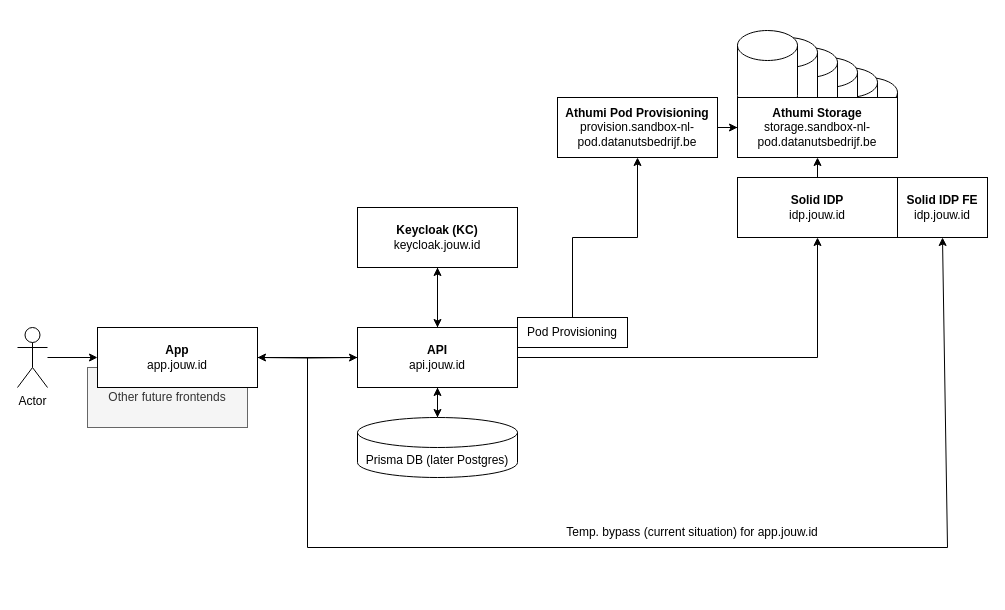
Earlier version of the draw.io diagram draw-io/auth-architecture.drawio (lennartdeknikker/diagrams). Source tidied: cells renumbered, new cells numbered last; positions are measured from the earlier drawing's top-left corner, leaving out a move shared by most shapes. Both pictures are drawn from the tidied source at 100%, with x=0, y=0 at pixel (17, 30).
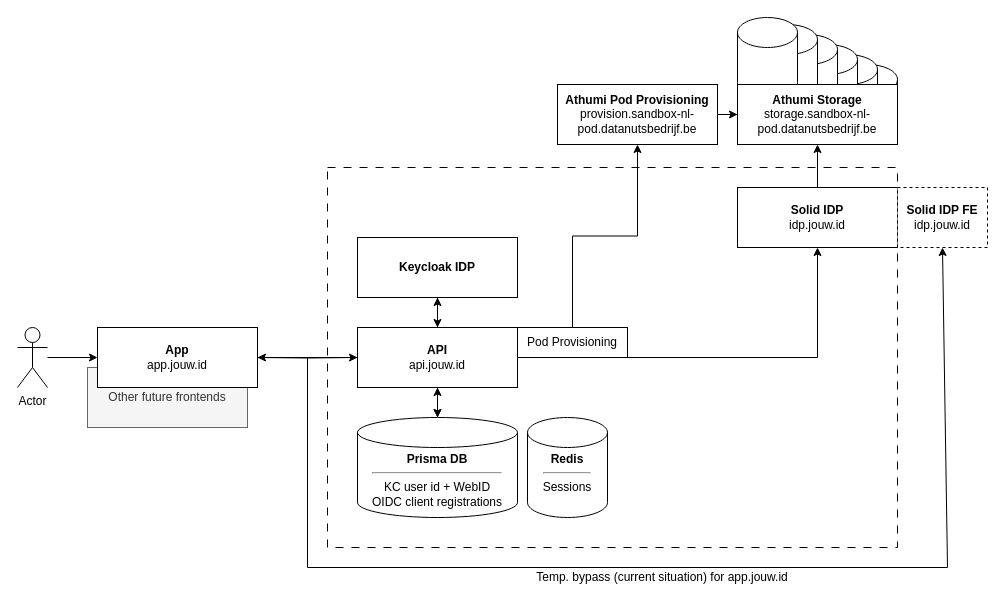
Above is the later version.

The change refers to these unchanged cells:
```xml
<mxCell id="23" value="&lt;div&gt;&lt;b&gt;API&lt;/b&gt;&lt;/div&gt;api.jouw.id" style="rounded=0;whiteSpace=wrap;html=1;" parent="1" vertex="1">
  <mxGeometry x="340" y="297" width="160" height="60" as="geometry" />
</mxCell>
```

Change to the diagram source:
```diff
@@
+    <mxCell id="32" style="rounded=0;whiteSpace=wrap;html=1;dashed=1;dashPattern=8 8;" parent="1" vertex="1">
+      <mxGeometry x="310" y="137" width="570" height="380" as="geometry" />
+    </mxCell>
@@
+    <mxCell id="33" style="edgeStyle=orthogonalEdgeStyle;rounded=0;jettySize=auto;html=1;" parent="1" edge="1" source="7" target="25">
+      <mxGeometry relative="1" as="geometry" />
+    </mxCell>
-    <mxCell id="7" value="&lt;b&gt;Keycloak (KC)&lt;/b&gt;&lt;div&gt;keycloak.jouw.id&lt;/div&gt;" style="rounded=0;whiteSpace=wrap;html=1;" parent="1" vertex="1">
-      <mxGeometry x="340" y="177" width="160" height="60" as="geometry" />
+    <mxCell id="7" value="&lt;b&gt;Keycloak IDP&lt;/b&gt;" style="rounded=0;whiteSpace=wrap;html=1;" parent="1" vertex="1">
+      <mxGeometry x="340" y="207" width="160" height="60" as="geometry" />
     </mxCell>
@@
     <mxCell id="9" value="&lt;b&gt;Solid IDP&lt;/b&gt;&lt;div&gt;idp.jouw.id&lt;/div&gt;" style="rounded=0;whiteSpace=wrap;html=1;" parent="1" vertex="1">
-      <mxGeometry x="720" y="147" width="160" height="60" as="geometry" />
+      <mxGeometry x="720" y="157" width="160" height="60" as="geometry" />
     </mxCell>
@@
     <mxCell id="11" value="&lt;b&gt;Athumi Pod Provisioning&lt;/b&gt;&lt;div&gt;provision.sandbox-nl-pod.datanutsbedrijf.be&lt;/div&gt;" style="rounded=0;whiteSpace=wrap;html=1;" parent="1" vertex="1">
-      <mxGeometry x="540" y="67" width="160" height="60" as="geometry" />
+      <mxGeometry x="540" y="54" width="160" height="60" as="geometry" />
     </mxCell>
     <mxCell id="12" style="shape=cylinder3;whiteSpace=wrap;html=1;boundedLbl=1;backgroundOutline=1;size=15;direction=east;" parent="1" vertex="1">
-      <mxGeometry x="820" y="47" width="60" height="80" as="geometry" />
+      <mxGeometry x="820" y="34" width="60" height="80" as="geometry" />
     </mxCell>
     <mxCell id="13" style="shape=cylinder3;whiteSpace=wrap;html=1;boundedLbl=1;backgroundOutline=1;size=15;direction=east;" parent="1" vertex="1">
-      <mxGeometry x="800" y="37" width="60" height="80" as="geometry" />
+      <mxGeometry x="800" y="24" width="60" height="80" as="geometry" />
     </mxCell>
     <mxCell id="14" style="shape=cylinder3;whiteSpace=wrap;html=1;boundedLbl=1;backgroundOutline=1;size=15;direction=east;" parent="1" vertex="1">
-      <mxGeometry x="780" y="27" width="60" height="80" as="geometry" />
+      <mxGeometry x="780" y="14" width="60" height="80" as="geometry" />
     </mxCell>
     <mxCell id="15" style="shape=cylinder3;whiteSpace=wrap;html=1;boundedLbl=1;backgroundOutline=1;size=15;direction=east;" parent="1" vertex="1">
-      <mxGeometry x="760" y="17" width="60" height="80" as="geometry" />
+      <mxGeometry x="760" y="4" width="60" height="80" as="geometry" />
     </mxCell>
     <mxCell id="16" style="shape=cylinder3;whiteSpace=wrap;html=1;boundedLbl=1;backgroundOutline=1;size=15;direction=east;" parent="1" vertex="1">
-      <mxGeometry x="740" y="7" width="60" height="80" as="geometry" />
+      <mxGeometry x="740" y="-6" width="60" height="80" as="geometry" />
     </mxCell>
     <mxCell id="17" style="shape=cylinder3;whiteSpace=wrap;html=1;boundedLbl=1;backgroundOutline=1;size=15;direction=east;" parent="1" vertex="1">
-      <mxGeometry x="720" width="60" height="80" as="geometry" />
+      <mxGeometry x="720" y="-13" width="60" height="80" as="geometry" />
     </mxCell>
     <mxCell id="18" value="&lt;b&gt;Athumi Storage&lt;/b&gt;&lt;div&gt;storage.sandbox-nl-pod.datanutsbedrijf.be&lt;/div&gt;" style="rounded=0;whiteSpace=wrap;html=1;" parent="1" vertex="1">
-      <mxGeometry x="720" y="67" width="160" height="60" as="geometry" />
+      <mxGeometry x="720" y="54" width="160" height="60" as="geometry" />
     </mxCell>
@@
-    <mxCell id="22" style="edgeStyle=orthogonalEdgeStyle;rounded=0;jettySize=auto;html=1;" parent="1" edge="1" source="23">
+    <mxCell id="22" style="edgeStyle=orthogonalEdgeStyle;rounded=0;jettySize=auto;html=1;exitX=0.5;exitY=0;exitDx=0;exitDy=0;exitPerimeter=0;" parent="1" edge="1" source="23">
       <mxGeometry relative="1" as="geometry">
-        <mxPoint x="420" y="237" as="targetPoint" />
+        <mxPoint x="420" y="267" as="targetPoint" />
       </mxGeometry>
     </mxCell>
@@
-    <mxCell id="25" value="Prisma DB (later Postgres)" style="shape=cylinder3;whiteSpace=wrap;html=1;boundedLbl=1;backgroundOutline=1;size=15;" parent="1" vertex="1">
-      <mxGeometry x="340" y="387" width="160" height="60" as="geometry" />
+    <mxCell id="25" value="&lt;b&gt;Prisma DB&lt;/b&gt;&lt;br&gt;&lt;div&gt;&lt;hr&gt;KC user id + WebID&lt;/div&gt;&lt;div&gt;OIDC client registrations&lt;/div&gt;" style="shape=cylinder3;whiteSpace=wrap;html=1;boundedLbl=1;backgroundOutline=1;size=15;" parent="1" vertex="1">
+      <mxGeometry x="340" y="387" width="160" height="100" as="geometry" />
     </mxCell>
@@
     <mxCell id="27" value="Pod Provisioning" style="rounded=0;whiteSpace=wrap;html=1;" parent="1" vertex="1">
-      <mxGeometry x="500" y="287" width="110" height="30" as="geometry" />
+      <mxGeometry x="500" y="297" width="110" height="30" as="geometry" />
     </mxCell>
-    <mxCell id="28" value="&lt;b&gt;Solid IDP FE&lt;/b&gt;&lt;div&gt;idp.jouw.id&lt;/div&gt;" style="rounded=0;whiteSpace=wrap;html=1;" parent="1" vertex="1">
-      <mxGeometry x="880" y="147" width="90" height="60" as="geometry" />
+    <mxCell id="28" value="&lt;b&gt;Solid IDP FE&lt;/b&gt;&lt;div&gt;idp.jouw.id&lt;/div&gt;" style="rounded=0;whiteSpace=wrap;html=1;dashed=1;" parent="1" vertex="1">
+      <mxGeometry x="880" y="157" width="90" height="60" as="geometry" />
     </mxCell>
     <mxCell id="29" style="endArrow=classic;html=1;rounded=0;entryX=0.5;entryY=1;entryDx=0;entryDy=0;" parent="1" edge="1" target="28">
       <mxGeometry relative="1" as="geometry">
         <mxPoint x="290" y="327" as="sourcePoint" />
         <Array as="points">
-          <mxPoint x="290" y="517" />
-          <mxPoint x="930" y="517" />
+          <mxPoint x="290" y="537" />
+          <mxPoint x="930" y="537" />
         </Array>
       </mxGeometry>
     </mxCell>
     <mxCell id="30" value="Temp. bypass (current situation) for app.jouw.id" style="text;html=1;align=center;verticalAlign=middle;whiteSpace=wrap;rounded=0;" parent="1" vertex="1">
-      <mxGeometry x="530" y="487" width="290" height="30" as="geometry" />
+      <mxGeometry x="500" y="532" width="290" height="30" as="geometry" />
     </mxCell>
@@
+    <mxCell id="34" value="&lt;b&gt;Redis&lt;/b&gt;&lt;div&gt;&lt;hr&gt;Sessions&lt;/div&gt;&lt;div&gt;&lt;br&gt;&lt;/div&gt;" style="shape=cylinder3;whiteSpace=wrap;html=1;boundedLbl=1;backgroundOutline=1;size=15;" parent="1" vertex="1">
+      <mxGeometry x="510" y="387" width="80" height="100" as="geometry" />
+    </mxCell>
```
